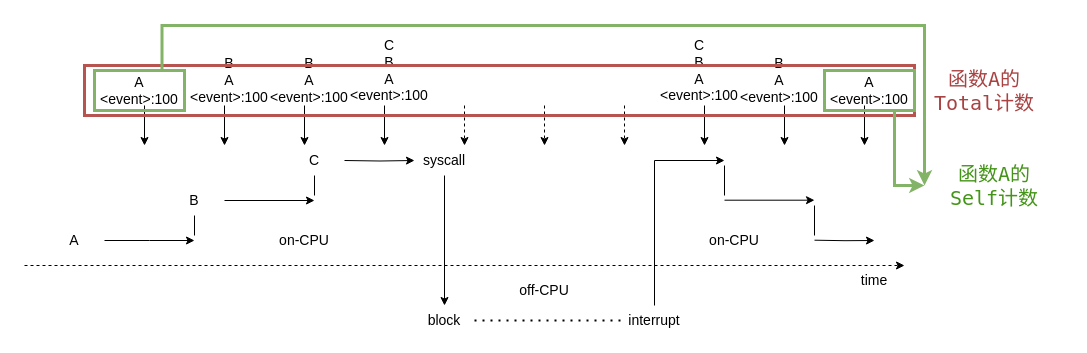
The draw.io diagram sampling.drawio in Dong-J93/_pictures, before the edit. Source tidied: cells renumbered, new cells numbered last; positions are measured from the earlier drawing's top-left corner, leaving out a move shared by most shapes. Both pictures are drawn from the tidied source at 100%, with x=0, y=0 at pixel (24, 25).
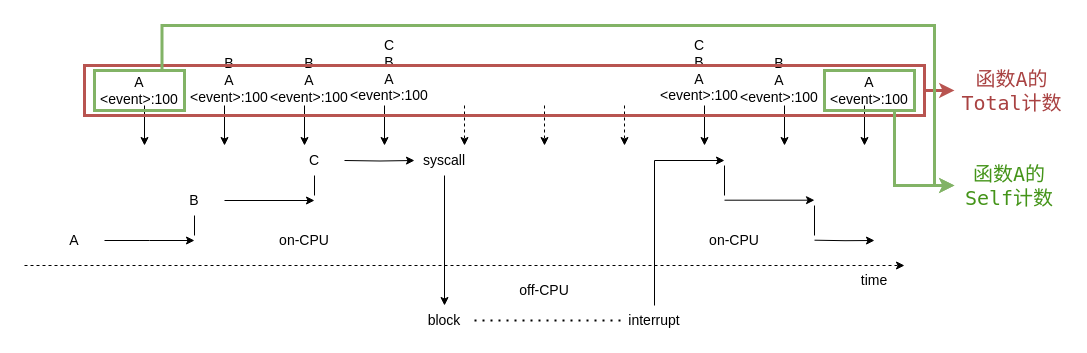
Above is the later version.

The change refers to these unchanged cells:
```xml
<mxCell id="45" style="rounded=0;whiteSpace=wrap;html=1;fillColor=none;strokeColor=#82b366;strokeWidth=3;" parent="1" vertex="1">
  <mxGeometry x="70" y="45" width="90" height="40" as="geometry" />
</mxCell>
<mxCell id="47" style="rounded=0;whiteSpace=wrap;html=1;fillColor=none;strokeColor=#82b366;strokeWidth=3;" parent="1" vertex="1">
  <mxGeometry x="800" y="45" width="90" height="40" as="geometry" />
</mxCell>
```

Change to the diagram source:
```diff
@@
+    <mxCell id="49" style="edgeStyle=orthogonalEdgeStyle;rounded=0;jettySize=auto;html=1;exitX=1;exitY=0.5;exitDx=0;exitDy=0;fillColor=#f8cecc;strokeColor=#b85450;strokeWidth=3;" parent="1" edge="1" source="42" target="43">
+      <mxGeometry relative="1" as="geometry" />
+    </mxCell>
     <mxCell id="42" style="rounded=0;whiteSpace=wrap;html=1;fillColor=none;strokeColor=#b85450;strokeWidth=3;" parent="1" vertex="1">
-      <mxGeometry x="60" y="40" width="830" height="50" as="geometry" />
+      <mxGeometry x="60" y="40" width="840" height="50" as="geometry" />
     </mxCell>
     <mxCell id="43" value="&lt;font color=&quot;#a94242&quot; face=&quot;Lucida Console&quot;&gt;&lt;span style=&quot;font-size: 20px;&quot;&gt;函数A的&lt;/span&gt;&lt;/font&gt;&lt;div&gt;&lt;font color=&quot;#a94242&quot; face=&quot;Lucida Console&quot;&gt;&lt;span style=&quot;font-size: 20px;&quot;&gt;Total计数&lt;/span&gt;&lt;/font&gt;&lt;span class=&quot;eusoft-eudic-chrome-extension-translate-content&quot;&gt;&lt;/span&gt;&lt;/div&gt;" style="text;html=1;align=center;verticalAlign=middle;whiteSpace=wrap;rounded=0;" parent="1" vertex="1">
-      <mxGeometry x="890" y="35" width="140" height="60" as="geometry" />
+      <mxGeometry x="930" y="35" width="115" height="60" as="geometry" />
     </mxCell>
     <mxCell id="44" style="edgeStyle=orthogonalEdgeStyle;rounded=0;jettySize=auto;html=1;exitX=0.75;exitY=0;exitDx=0;exitDy=0;entryX=0;entryY=0.5;entryDx=0;entryDy=0;fillColor=#d5e8d4;strokeColor=#82b366;strokeWidth=3;" parent="1" edge="1" source="45" target="48">
       <mxGeometry relative="1" as="geometry">
         <Array as="points">
-          <mxPoint x="137" />
-          <mxPoint x="900" />
+          <mxPoint x="138" />
+          <mxPoint x="910" />
         </Array>
       </mxGeometry>
     </mxCell>
@@
-    <mxCell id="46" style="edgeStyle=orthogonalEdgeStyle;rounded=0;jettySize=auto;html=1;exitX=0.5;exitY=1;exitDx=0;exitDy=0;entryX=0;entryY=0.5;entryDx=0;entryDy=0;fillColor=#d5e8d4;strokeColor=#82b366;strokeWidth=3;" parent="1" edge="1" source="47" target="48">
+    <mxCell id="46" style="edgeStyle=orthogonalEdgeStyle;rounded=0;jettySize=auto;html=1;exitX=0.5;exitY=1;exitDx=0;exitDy=0;fillColor=#d5e8d4;strokeColor=#82b366;strokeWidth=3;" parent="1" edge="1" source="47" target="48">
       <mxGeometry relative="1" as="geometry">
         <Array as="points">
           <mxPoint x="870" y="85" />
           <mxPoint x="870" y="160" />
         </Array>
       </mxGeometry>
     </mxCell>
@@
     <mxCell id="48" value="&lt;font color=&quot;#449419&quot; face=&quot;Lucida Console&quot;&gt;&lt;span style=&quot;font-size: 20px;&quot;&gt;函数A的&lt;/span&gt;&lt;/font&gt;&lt;div&gt;&lt;font color=&quot;#449419&quot; face=&quot;Lucida Console&quot;&gt;&lt;span style=&quot;font-size: 20px;&quot;&gt;Self计数&lt;/span&gt;&lt;/font&gt;&lt;span class=&quot;eusoft-eudic-chrome-extension-translate-content&quot;&gt;&lt;/span&gt;&lt;/div&gt;" style="text;html=1;align=center;verticalAlign=middle;whiteSpace=wrap;rounded=0;" parent="1" vertex="1">
-      <mxGeometry x="900" y="130" width="140" height="60" as="geometry" />
+      <mxGeometry x="930" y="130" width="110" height="60" as="geometry" />
     </mxCell>
```
